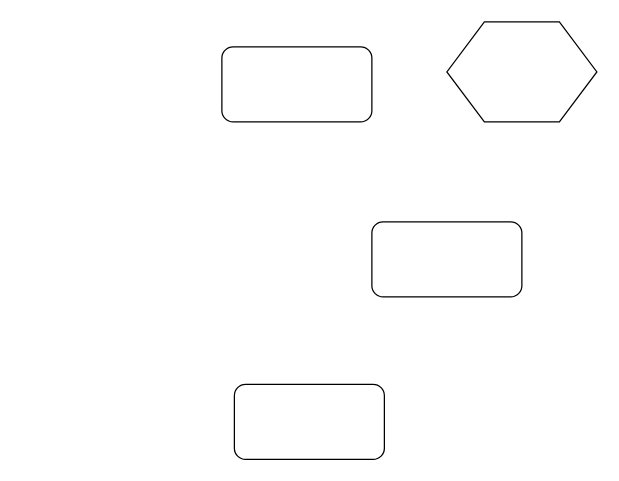
Before: 未命名表单.drawio in zhangwei5467/artoolkit2, a draw.io diagram. Source tidied: cells renumbered, new cells numbered last; positions are measured from the earlier drawing's top-left corner, leaving out a move shared by most shapes. Both pictures are drawn from the tidied source at 125%, with x=0, y=0 at pixel (221, 21).
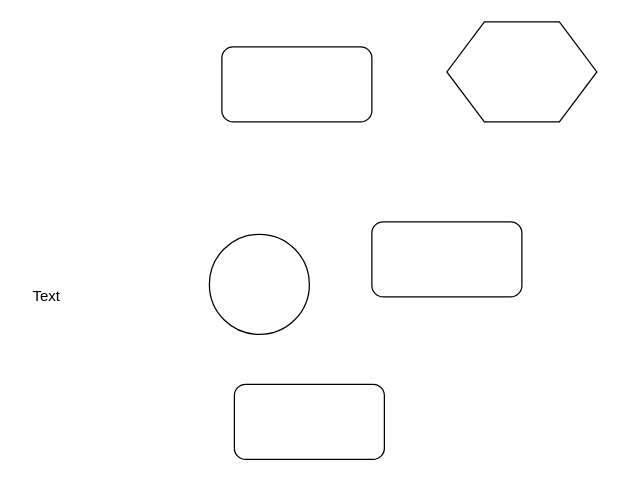
After the change.

Commit message:
更新未命名表单.drawio

What changed in the source:
```diff
@@
 <mxGraphModel>
   <root>
     <mxCell id="0" />
     <mxCell id="1" parent="0" />
     <mxCell id="2" style="rounded=1;whiteSpace=wrap;html=1;" parent="1" vertex="1">
       <mxGeometry y="20" width="120" height="60" as="geometry" />
     </mxCell>
     <mxCell id="3" style="shape=hexagon;perimeter=hexagonPerimeter2;whiteSpace=wrap;html=1;" parent="1" vertex="1">
       <mxGeometry x="180" width="120" height="80" as="geometry" />
     </mxCell>
     <mxCell id="4" style="rounded=1;whiteSpace=wrap;html=1;" parent="1" vertex="1">
       <mxGeometry x="120" y="160" width="120" height="60" as="geometry" />
     </mxCell>
     <mxCell id="5" style="rounded=1;whiteSpace=wrap;html=1;" parent="1" vertex="1">
       <mxGeometry x="10" y="290" width="120" height="60" as="geometry" />
     </mxCell>
+    <mxCell id="6" value="Text" style="text;html=1;strokeColor=none;fillColor=none;align=center;verticalAlign=middle;whiteSpace=wrap;rounded=0;" parent="1" vertex="1">
+      <mxGeometry x="-160" y="210" width="40" height="20" as="geometry" />
+    </mxCell>
+    <mxCell id="7" style="ellipse;whiteSpace=wrap;html=1;" parent="1" vertex="1">
+      <mxGeometry x="-10" y="170" width="80" height="80" as="geometry" />
+    </mxCell>
   </root>
 </mxGraphModel>
```
